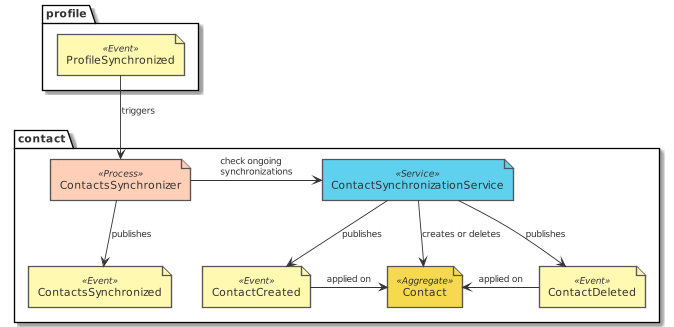
The PlantUML diagram paper/design_contact_eventstorming_contacts_synchronizer.png in tmorin/dorders, before a commit.
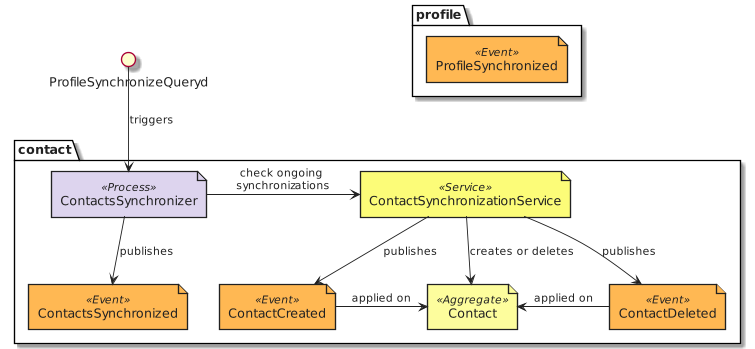
After the commit.

Diff of the diagram source:
```diff
@@ -1,18 +1,17 @@
 @startuml design_contact_eventstorming_contacts_synchronizer
-!include common.puml
-!include ../.gdiag/plantuml-libs/eventstorming/eventstorming-all.puml
+!include common.eventstorming.puml
 package profile {
-  event('ProfileSynchronized')
+  Event('ProfileSynchronized')
 }
 package contact {
-  process('ContactsSynchronizer')
-  service('ContactSynchronizationService')
-  event('ContactDeleted')
-  event('ContactCreated')
-  event('ContactsSynchronized')
-  aggregate('Contact')
+  Process('ContactsSynchronizer')
+  Service('ContactSynchronizationService')
+  Event('ContactDeleted')
+  Event('ContactCreated')
+  Event('ContactsSynchronized')
+  Aggregate('Contact')
 }
-ProfileSynchronized --> ContactsSynchronizer : triggers
+ProfileSynchronizeQueryd --> ContactsSynchronizer : triggers
 ContactsSynchronizer -r-> ContactSynchronizationService : check ongoing synchronizations
 ContactSynchronizationService --> ContactCreated : publishes
 ContactSynchronizationService --> ContactDeleted : publishes
```
